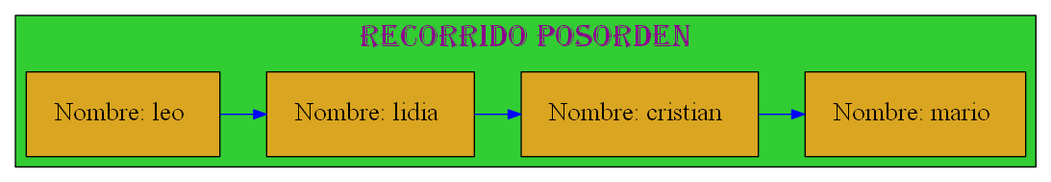
mariotun/EDD_1S2020_PY1_201602942 keeps this Graphviz diagram as Graficas/Recorrido_Posorden.dot.png. Above is the earlier version. Its source is kept beside it as Graficas/Recorrido_Posorden.dot.
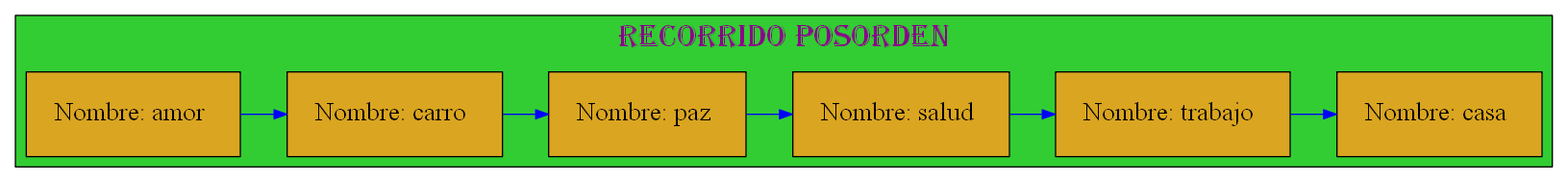
The same file after the commit.

What changed in the source:
```diff
@@ -13,12 +13,14 @@
 node[margin=0.3 shape=box style=filled fontcolor=black fillcolor=goldenrod fontsize=20];
 {rank=same;
 
-25770483872[label="Nombre: leo " ];
-25770484528[label="Nombre: lidia " ];
-25770483472[label="Nombre: cristian " ];
-25770483616[label="Nombre: mario " ];
+25770476704[label="Nombre: amor " ];
+25770476048[label="Nombre: carro " ];
+25770477264[label="Nombre: paz " ];
+25770476256[label="Nombre: salud " ];
+25770476448[label="Nombre: trabajo " ];
+25770475840[label="Nombre: casa " ];
 };
-25770483872 -> 25770484528 -> 25770483472 -> 25770483616
+25770476704 -> 25770476048 -> 25770477264 -> 25770476256 -> 25770476448 -> 25770475840
 
 [color=blue ];
 }
```
